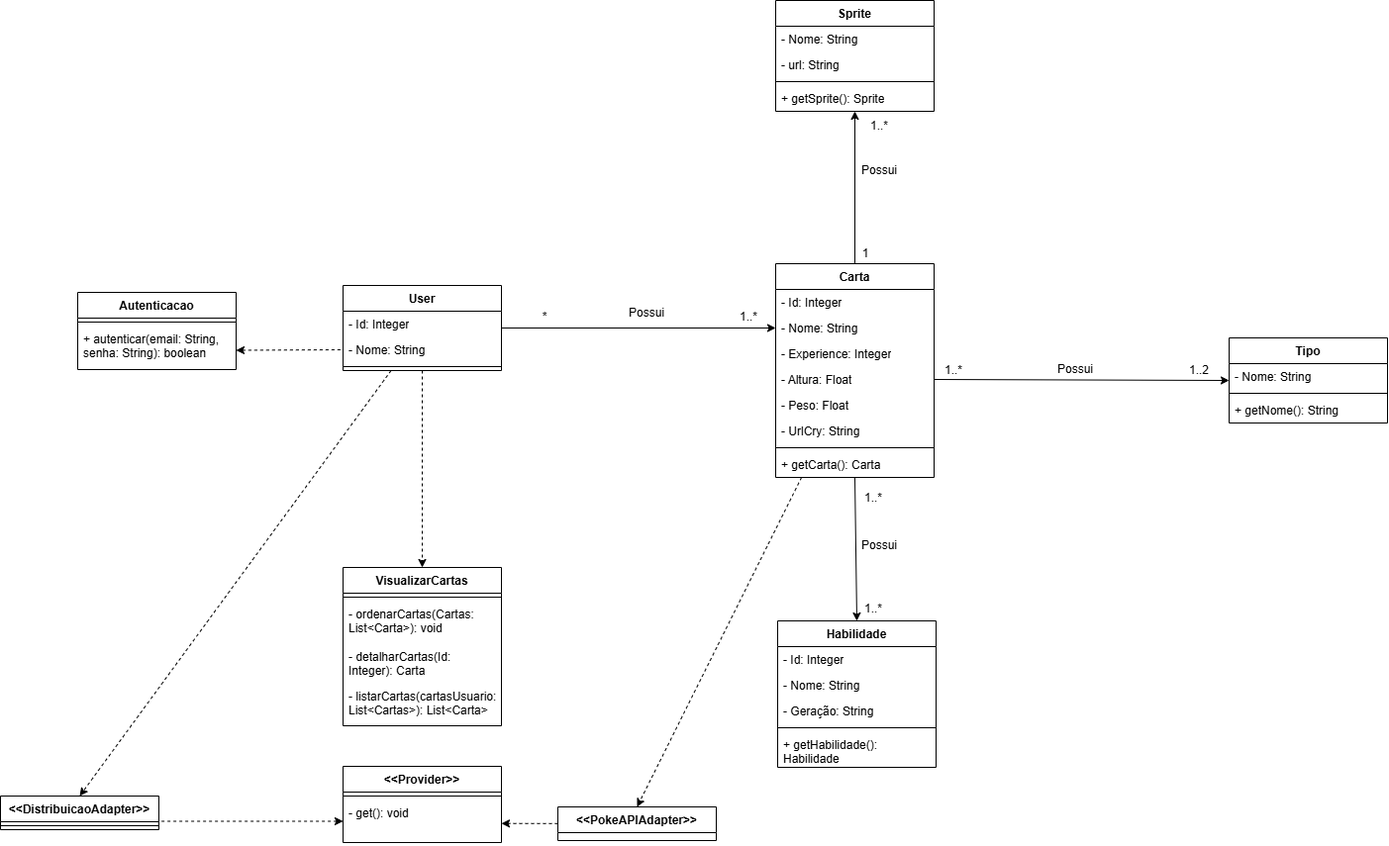
The draw.io diagram docs/DiagramadeClasses.png in S03-2026-2/S03-Visualizar_Cartas, before a commit. Source tidied: cells renumbered, new cells last; positions are measured from the earlier drawing's top-left corner, leaving out a move shared by most shapes.
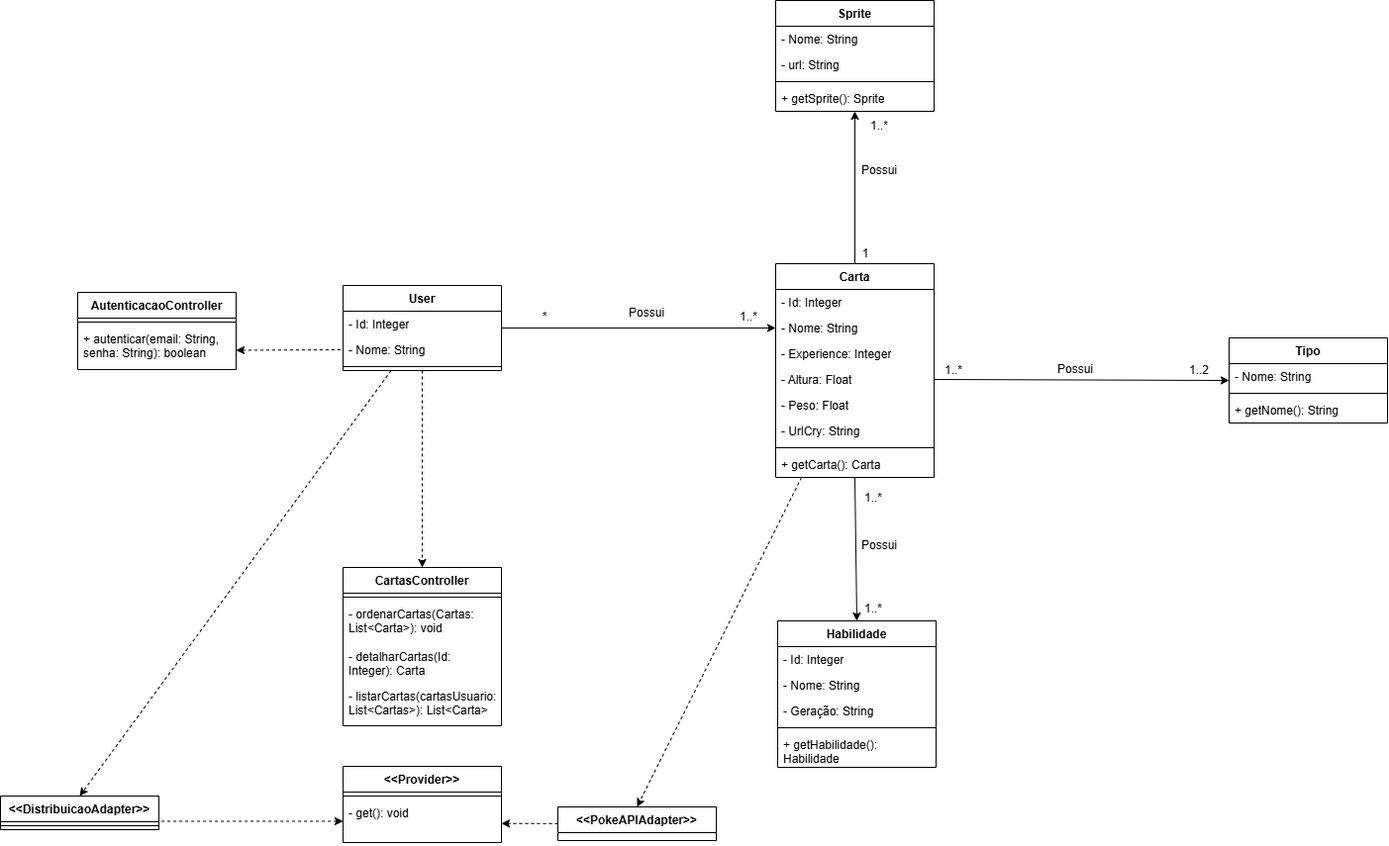
Above is the later version.

Commit message:
docs: atualiza o Diagrama de Classes

The edit, as a diff of the source:
```diff
@@ -148,7 +148,7 @@
         <mxPoint x="426" y="776" as="sourcePoint" />
       </mxGeometry>
     </mxCell>
-    <mxCell id="50" value="VisualizarCartas" style="swimlane;fontStyle=1;align=center;verticalAlign=top;horizontal=1;startSize=26;whiteSpace=wrap;html=1;" parent="1" vertex="1">
+    <mxCell id="50" value="CartasController" style="swimlane;fontStyle=1;align=center;verticalAlign=top;horizontal=1;startSize=26;whiteSpace=wrap;html=1;" parent="1" vertex="1">
       <mxGeometry x="346" y="573" width="160" height="160" as="geometry" />
     </mxCell>
     <mxCell id="51" style="line;strokeWidth=1;fillColor=none;align=left;verticalAlign=middle;spacingTop=-1;spacingLeft=3;spacingRight=3;labelPosition=right;strokeColor=inherit;" parent="50" vertex="1">
@@ -169,7 +169,7 @@
     <mxCell id="56" value="&amp;lt;&amp;lt;PokeAPIAdapter&amp;gt;&amp;gt;" style="swimlane;fontStyle=1;align=center;verticalAlign=top;horizontal=1;startSize=26;whiteSpace=wrap;html=1;" parent="1" vertex="1">
       <mxGeometry x="563" y="815" width="160" height="34" as="geometry" />
     </mxCell>
-    <mxCell id="57" value="Autenticacao" style="swimlane;fontStyle=1;align=center;verticalAlign=top;horizontal=1;startSize=26;whiteSpace=wrap;html=1;" parent="1" vertex="1">
+    <mxCell id="57" value="AutenticacaoController" style="swimlane;fontStyle=1;align=center;verticalAlign=top;horizontal=1;startSize=26;whiteSpace=wrap;html=1;" parent="1" vertex="1">
       <mxGeometry x="78" y="295" width="160" height="78" as="geometry" />
     </mxCell>
     <mxCell id="58" style="line;strokeWidth=1;fillColor=none;align=left;verticalAlign=middle;spacingTop=-1;spacingLeft=3;spacingRight=3;labelPosition=right;strokeColor=inherit;" parent="57" vertex="1">
```
